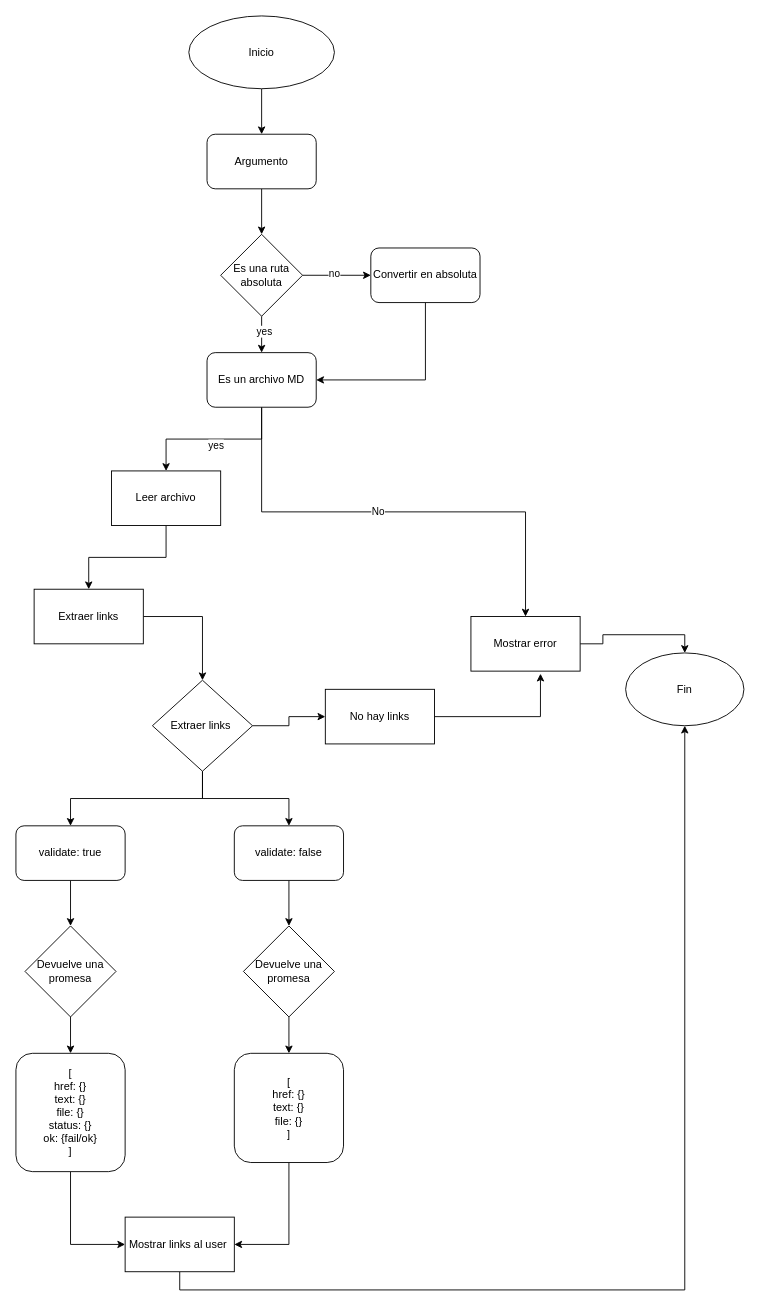
Before: Diagrama_de_procesoss.drawio in annmora13/DEV007-md-links, a draw.io diagram. Source tidied: cells renumbered, new cells numbered last; positions are measured from the earlier drawing's top-left corner, leaving out a move shared by most shapes. Both pictures are drawn from the tidied source at 91%, with x=0, y=0 at pixel (15, 15).
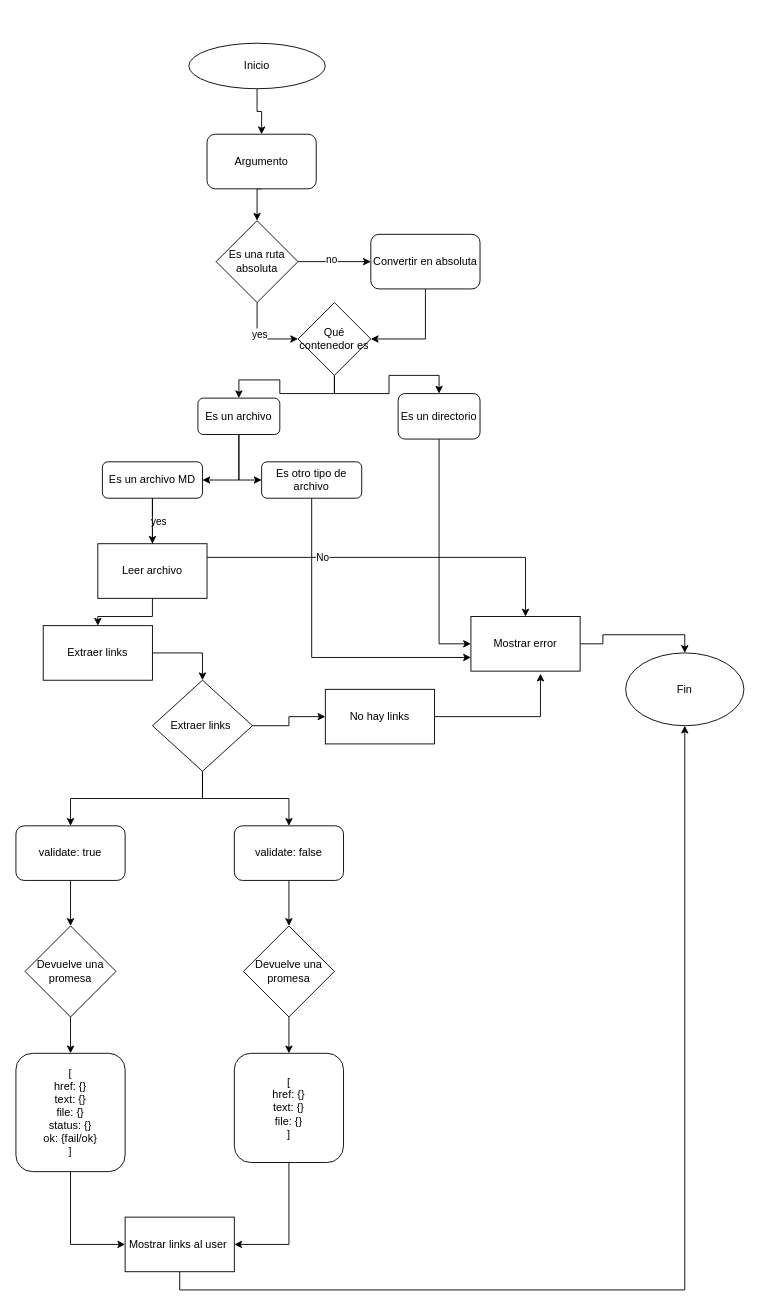
The same diagram, later.

Unchanged cells that the change refers to:
```xml
<mxCell id="21" value="Mostrar error" style="whiteSpace=wrap;html=1;" parent="1" vertex="1">
  <mxGeometry x="500" y="660" width="120" height="60" as="geometry" />
</mxCell>
```

What changed in the source:
```diff
@@
     <mxCell id="3" value="Inicio" style="ellipse;whiteSpace=wrap;html=1;" parent="1" vertex="1">
-      <mxGeometry x="190" width="160" height="80" as="geometry" />
+      <mxGeometry x="190" y="30" width="150" height="50" as="geometry" />
     </mxCell>
@@
-    <mxCell id="8" style="edgeStyle=orthogonalEdgeStyle;rounded=0;jettySize=auto;html=1;exitX=0.5;exitY=1;exitDx=0;exitDy=0;entryX=0.5;entryY=0;entryDx=0;entryDy=0;" parent="1" edge="1" source="10" target="17">
+    <mxCell id="8" style="edgeStyle=orthogonalEdgeStyle;rounded=0;jettySize=auto;html=1;exitX=0.5;exitY=1;exitDx=0;exitDy=0;entryX=0;entryY=0.5;entryDx=0;entryDy=0;" parent="1" edge="1" source="10" target="47">
       <mxGeometry relative="1" as="geometry" />
     </mxCell>
@@
     <mxCell id="10" value="Es una ruta absoluta" style="rhombus;whiteSpace=wrap;html=1;" parent="1" vertex="1">
-      <mxGeometry x="225" y="240" width="90" height="90" as="geometry" />
+      <mxGeometry x="220" y="225" width="90" height="90" as="geometry" />
     </mxCell>
-    <mxCell id="11" style="edgeStyle=orthogonalEdgeStyle;rounded=0;jettySize=auto;html=1;exitX=0.5;exitY=1;exitDx=0;exitDy=0;entryX=1;entryY=0.5;entryDx=0;entryDy=0;" parent="1" edge="1" source="12" target="17">
+    <mxCell id="11" style="edgeStyle=orthogonalEdgeStyle;rounded=0;jettySize=auto;html=1;exitX=0.5;exitY=1;exitDx=0;exitDy=0;entryX=1;entryY=0.5;entryDx=0;entryDy=0;" parent="1" edge="1" source="12" target="47">
       <mxGeometry relative="1" as="geometry" />
     </mxCell>
     <mxCell id="12" value="Convertir en absoluta" style="rounded=1;whiteSpace=wrap;html=1;" parent="1" vertex="1">
-      <mxGeometry x="390" y="255" width="120" height="60" as="geometry" />
+      <mxGeometry x="390" y="240" width="120" height="60" as="geometry" />
     </mxCell>
@@
     <mxCell id="17" value="Es un archivo MD" style="rounded=1;whiteSpace=wrap;html=1;" parent="1" vertex="1">
-      <mxGeometry x="210" y="370" width="120" height="60" as="geometry" />
+      <mxGeometry x="95" y="490" width="110" height="40" as="geometry" />
     </mxCell>
@@
     <mxCell id="19" value="Leer archivo" style="rounded=0;whiteSpace=wrap;html=1;" parent="1" vertex="1">
-      <mxGeometry x="105" y="500" width="120" height="60" as="geometry" />
+      <mxGeometry x="90" y="580" width="120" height="60" as="geometry" />
     </mxCell>
@@
     <mxCell id="23" value="Extraer links" style="whiteSpace=wrap;html=1;" parent="1" vertex="1">
-      <mxGeometry x="20" y="630" width="120" height="60" as="geometry" />
+      <mxGeometry x="30" y="670" width="120" height="60" as="geometry" />
     </mxCell>
@@
+    <mxCell id="45" style="edgeStyle=orthogonalEdgeStyle;rounded=0;jettySize=auto;html=1;exitX=0.5;exitY=1;exitDx=0;exitDy=0;entryX=0.5;entryY=0;entryDx=0;entryDy=0;" parent="1" edge="1" source="47" target="50">
+      <mxGeometry relative="1" as="geometry" />
+    </mxCell>
+    <mxCell id="46" style="edgeStyle=orthogonalEdgeStyle;rounded=0;jettySize=auto;html=1;exitX=0.5;exitY=1;exitDx=0;exitDy=0;entryX=0.5;entryY=0;entryDx=0;entryDy=0;" parent="1" edge="1" source="47" target="52">
+      <mxGeometry relative="1" as="geometry" />
+    </mxCell>
+    <mxCell id="47" value="Qué contenedor es" style="rhombus;whiteSpace=wrap;html=1;" parent="1" vertex="1">
+      <mxGeometry x="310" y="315" width="80" height="80" as="geometry" />
+    </mxCell>
+    <mxCell id="48" style="edgeStyle=orthogonalEdgeStyle;rounded=0;jettySize=auto;html=1;exitX=0.5;exitY=1;exitDx=0;exitDy=0;entryX=1;entryY=0.5;entryDx=0;entryDy=0;" parent="1" edge="1" source="50" target="17">
+      <mxGeometry relative="1" as="geometry" />
+    </mxCell>
+    <mxCell id="49" style="edgeStyle=orthogonalEdgeStyle;rounded=0;jettySize=auto;html=1;exitX=0.5;exitY=1;exitDx=0;exitDy=0;entryX=0;entryY=0.5;entryDx=0;entryDy=0;" parent="1" edge="1" source="50" target="54">
+      <mxGeometry relative="1" as="geometry" />
+    </mxCell>
+    <mxCell id="50" value="Es un archivo" style="rounded=1;whiteSpace=wrap;html=1;" parent="1" vertex="1">
+      <mxGeometry x="200" y="420" width="90" height="40" as="geometry" />
+    </mxCell>
+    <mxCell id="51" style="edgeStyle=orthogonalEdgeStyle;rounded=0;jettySize=auto;html=1;exitX=0.5;exitY=1;exitDx=0;exitDy=0;entryX=0;entryY=0.5;entryDx=0;entryDy=0;" parent="1" edge="1" source="52" target="21">
+      <mxGeometry relative="1" as="geometry" />
+    </mxCell>
+    <mxCell id="52" value="Es un directorio" style="rounded=1;whiteSpace=wrap;html=1;" parent="1" vertex="1">
+      <mxGeometry x="420" y="415" width="90" height="50" as="geometry" />
+    </mxCell>
+    <mxCell id="53" style="edgeStyle=orthogonalEdgeStyle;rounded=0;jettySize=auto;html=1;exitX=0.5;exitY=1;exitDx=0;exitDy=0;entryX=0;entryY=0.75;entryDx=0;entryDy=0;" parent="1" edge="1" source="54" target="21">
+      <mxGeometry relative="1" as="geometry" />
+    </mxCell>
+    <mxCell id="54" value="Es otro tipo de archivo" style="rounded=1;whiteSpace=wrap;html=1;" parent="1" vertex="1">
+      <mxGeometry x="270" y="490" width="110" height="40" as="geometry" />
+    </mxCell>
```
